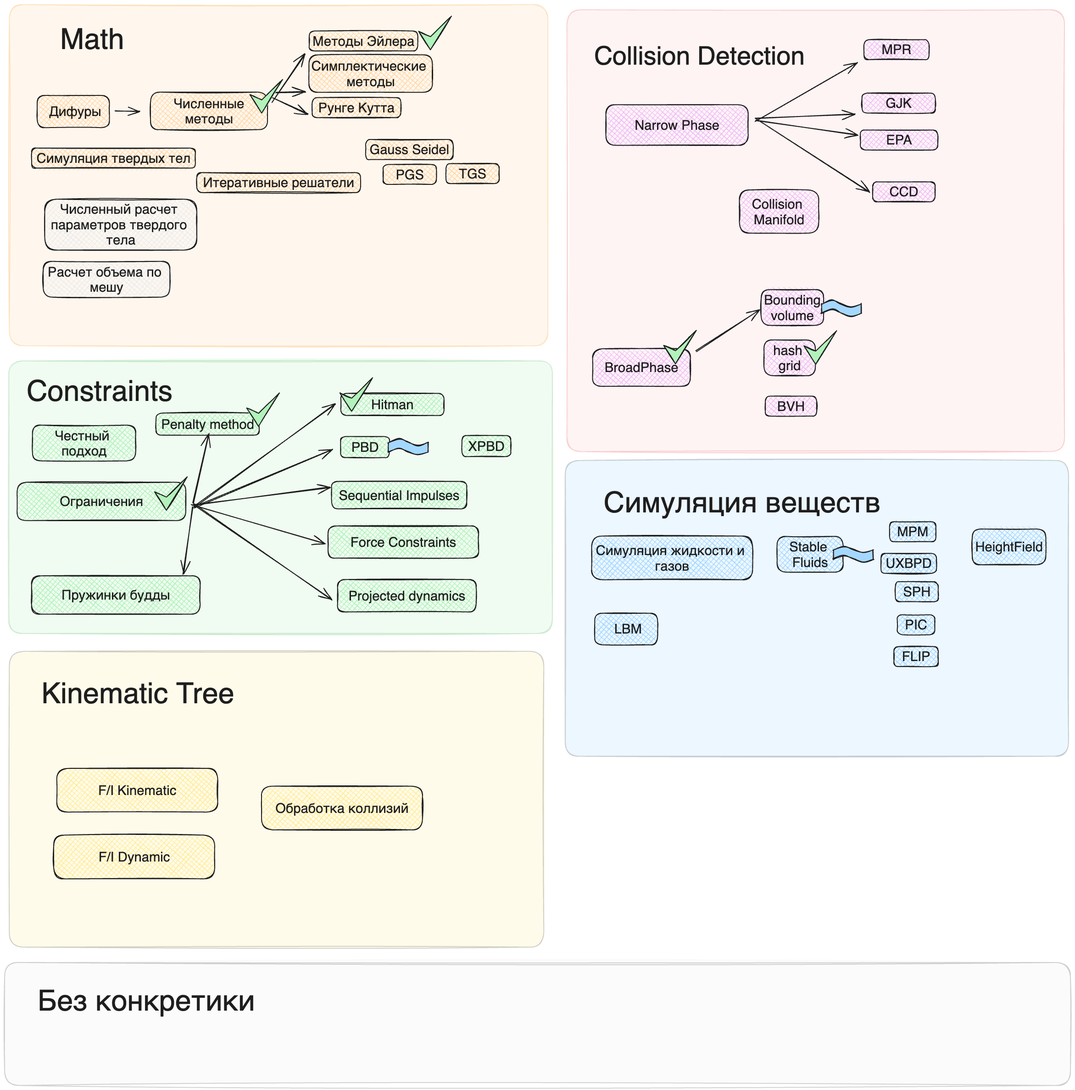
kozakromch/game_physics_2 keeps this Excalidraw diagram as assets/images/main/lecture_plan.excalidraw.png. Above is the earlier version. Source tidied: one line per element, renumbered; positions are measured from the earlier drawing's top-left corner, leaving out a move shared by most shapes.
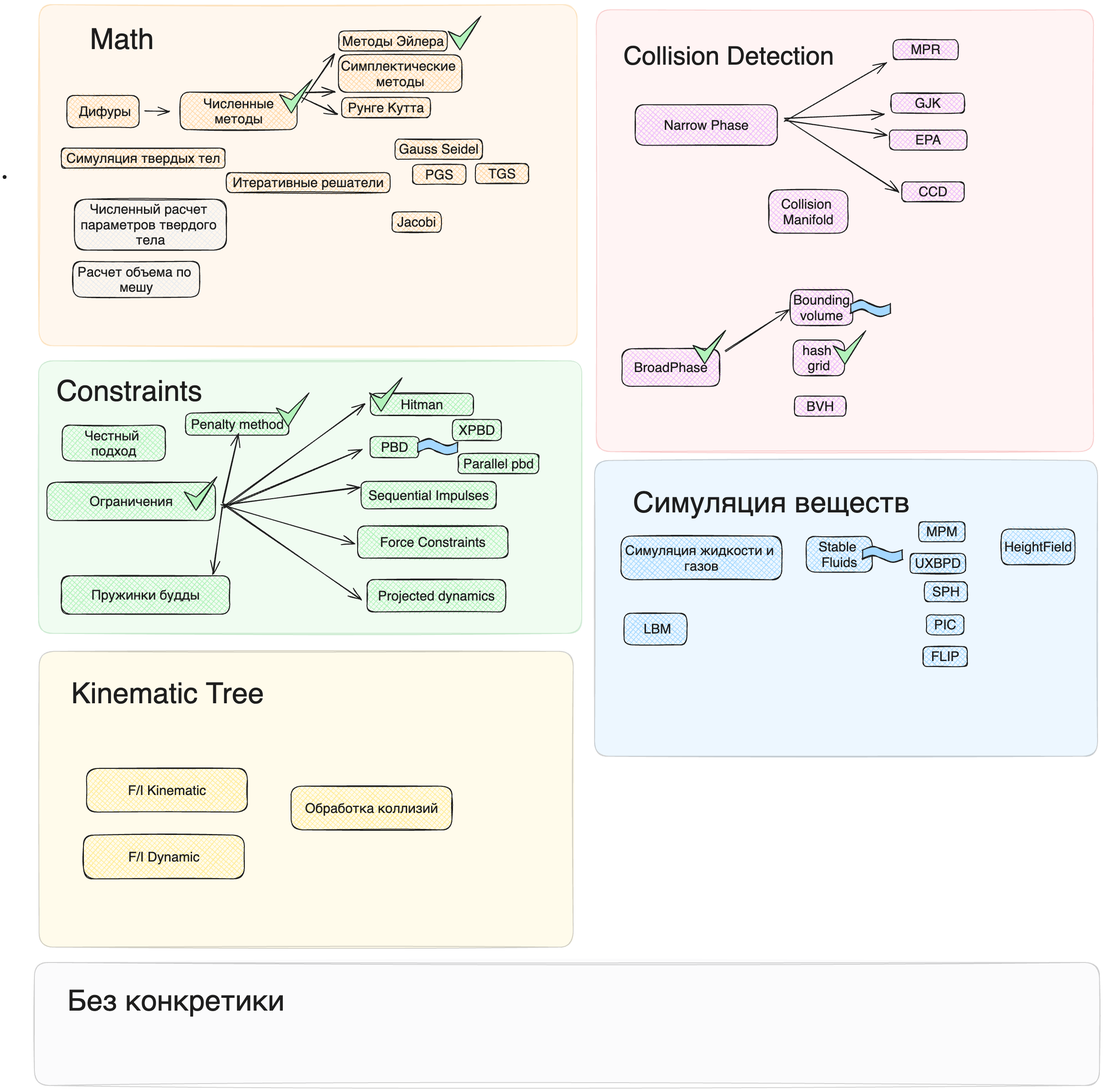
After the commit.

Diff of the diagram source:
```diff
@@ -111,8 +111,8 @@
 {"id": 110, "type": "text", "text": "FLIP", "strokeColor": "#1e1e1e", "backgroundColor": "#a5d8ff", "fillStyle": "cross-hatch", "strokeWidth": 2, "roughness": 1, "fontSize": 29.19, "fontFamily": 2, "textAlign": "center", "verticalAlign": "middle", "inside": 109, "x": 1956, "y": 1404, "width": 62, "height": 34}
 {"id": 111, "type": "rectangle", "strokeColor": "#1e1e1e", "backgroundColor": "#ffd8a8", "fillStyle": "cross-hatch", "strokeWidth": 2, "roughness": 1, "round": true, "x": 419, "y": 366, "width": 357, "height": 44}
 {"id": 112, "type": "text", "text": "Итеративные решатели", "strokeColor": "#1e1e1e", "backgroundColor": "#b2f2bb", "fillStyle": "cross-hatch", "strokeWidth": 2, "roughness": 1, "fontSize": 29.19, "fontFamily": 2, "textAlign": "center", "verticalAlign": "middle", "inside": 111, "x": 432, "y": 371, "width": 330, "height": 34}
-{"id": 113, "type": "rectangle", "strokeColor": "#1e1e1e", "backgroundColor": "#ffd8a8", "fillStyle": "cross-hatch", "strokeWidth": 2, "roughness": 1, "round": true, "x": 787, "y": 294, "width": 191, "height": 44}
+{"id": 113, "type": "rectangle", "strokeColor": "#1e1e1e", "backgroundColor": "#ffd8a8", "fillStyle": "cross-hatch", "strokeWidth": 2, "roughness": 1, "round": true, "x": 786, "y": 293, "width": 191, "height": 44}
-{"id": 114, "type": "text", "text": "Gauss Seidel", "strokeColor": "#1e1e1e", "backgroundColor": "#b2f2bb", "fillStyle": "cross-hatch", "strokeWidth": 2, "roughness": 1, "fontSize": 29.19, "fontFamily": 2, "textAlign": "center", "verticalAlign": "middle", "inside": 113, "x": 795, "y": 299, "width": 174, "height": 34}
+{"id": 114, "type": "text", "text": "Gauss Seidel", "strokeColor": "#1e1e1e", "backgroundColor": "#b2f2bb", "fillStyle": "cross-hatch", "strokeWidth": 2, "roughness": 1, "fontSize": 29.19, "fontFamily": 2, "textAlign": "center", "verticalAlign": "middle", "inside": 113, "x": 795, "y": 298, "width": 174, "height": 34}
 {"id": 115, "type": "rectangle", "strokeColor": "#1e1e1e", "backgroundColor": "#ffd8a8", "fillStyle": "cross-hatch", "strokeWidth": 2, "roughness": 1, "round": true, "x": 825, "y": 349, "width": 116, "height": 44}
 {"id": 116, "type": "text", "text": "PGS", "strokeColor": "#1e1e1e", "backgroundColor": "#b2f2bb", "fillStyle": "cross-hatch", "strokeWidth": 2, "roughness": 1, "fontSize": 29.19, "fontFamily": 2, "textAlign": "center", "verticalAlign": "middle", "inside": 115, "x": 852, "y": 354, "width": 62, "height": 34}
 {"id": 117, "type": "rectangle", "strokeColor": "#1e1e1e", "backgroundColor": "#ffd8a8", "fillStyle": "cross-hatch", "strokeWidth": 2, "roughness": 1, "round": true, "x": 962, "y": 347, "width": 116, "height": 44}
@@ -134,5 +134,10 @@
 {"id": 133, "type": "line", "strokeColor": "#1e1e1e", "strokeWidth": 2, "roughness": 1, "round": true, "x": 1893, "y": 1209, "width": 0, "height": 21, "points": [[0, 0], [0, -21]]}
 {"id": 134, "type": "line", "strokeColor": "#1e1e1e", "strokeWidth": 2, "roughness": 1, "round": true, "x": 1806, "y": 1189, "width": 87, "height": 14, "points": [[0, 0], [23, -8], [43, -2], [65, 6], [87, 0]]}
 {"id": 135, "type": "line", "strokeColor": "#1e1e1e", "strokeWidth": 2, "roughness": 1, "round": true, "x": 1806, "y": 1210, "width": 87, "height": 14, "points": [[0, 0], [23, -8], [43, -2], [65, 6], [87, 0]]}
-{"id": 136, "type": "rectangle", "strokeColor": "#1e1e1e", "backgroundColor": "#b2f2bb", "fillStyle": "cross-hatch", "strokeWidth": 2, "roughness": 1, "round": true, "x": 997, "y": 939, "width": 107, "height": 46}
+{"id": 136, "type": "rectangle", "strokeColor": "#1e1e1e", "backgroundColor": "#b2f2bb", "fillStyle": "cross-hatch", "strokeWidth": 2, "roughness": 1, "round": true, "x": 912, "y": 905, "width": 107, "height": 46}
-{"id": 137, "type": "text", "text": "XPBD", "strokeColor": "#1e1e1e", "backgroundColor": "#b2f2bb", "fillStyle": "cross-hatch", "strokeWidth": 2, "roughness": 1, "fontSize": 29.19, "fontFamily": 2, "textAlign": "center", "verticalAlign": "middle", "inside": 136, "x": 1010, "y": 946, "width": 79, "height": 34}
+{"id": 137, "type": "text", "text": "XPBD", "strokeColor": "#1e1e1e", "backgroundColor": "#b2f2bb", "fillStyle": "cross-hatch", "strokeWidth": 2, "roughness": 1, "fontSize": 29.19, "fontFamily": 2, "textAlign": "center", "verticalAlign": "middle", "inside": 136, "x": 925, "y": 911, "width": 79, "height": 34}
+{"id": 138, "type": "rectangle", "strokeColor": "#1e1e1e", "backgroundColor": "#b2f2bb", "fillStyle": "cross-hatch", "strokeWidth": 2, "roughness": 1, "round": true, "x": 924, "y": 979, "width": 176, "height": 44}
+{"id": 139, "type": "text", "text": "Parallel pbd", "strokeColor": "#1e1e1e", "backgroundColor": "#b2f2bb", "fillStyle": "cross-hatch", "strokeWidth": 2, "roughness": 1, "fontSize": 29.19, "fontFamily": 2, "textAlign": "center", "verticalAlign": "middle", "inside": 138, "x": 935, "y": 984, "width": 154, "height": 34}
+{"id": 140, "type": "freedraw", "strokeColor": "#1e1e1e", "strokeWidth": 2, "roughness": 1, "x": -65, "y": 376, "width": 0, "height": 0, "points": [[0, 0], [0, 0], [0, 0]]}
+{"id": 141, "type": "rectangle", "strokeColor": "#1e1e1e", "backgroundColor": "#ffd8a8", "fillStyle": "cross-hatch", "strokeWidth": 2, "roughness": 1, "round": true, "x": 780, "y": 452, "width": 107, "height": 44}
+{"id": 142, "type": "text", "text": "Jacobi", "strokeColor": "#1e1e1e", "backgroundColor": "#b2f2bb", "fillStyle": "cross-hatch", "strokeWidth": 2, "roughness": 1, "fontSize": 29.19, "fontFamily": 2, "textAlign": "center", "verticalAlign": "middle", "inside": 141, "x": 792, "y": 457, "width": 84, "height": 34}
```
